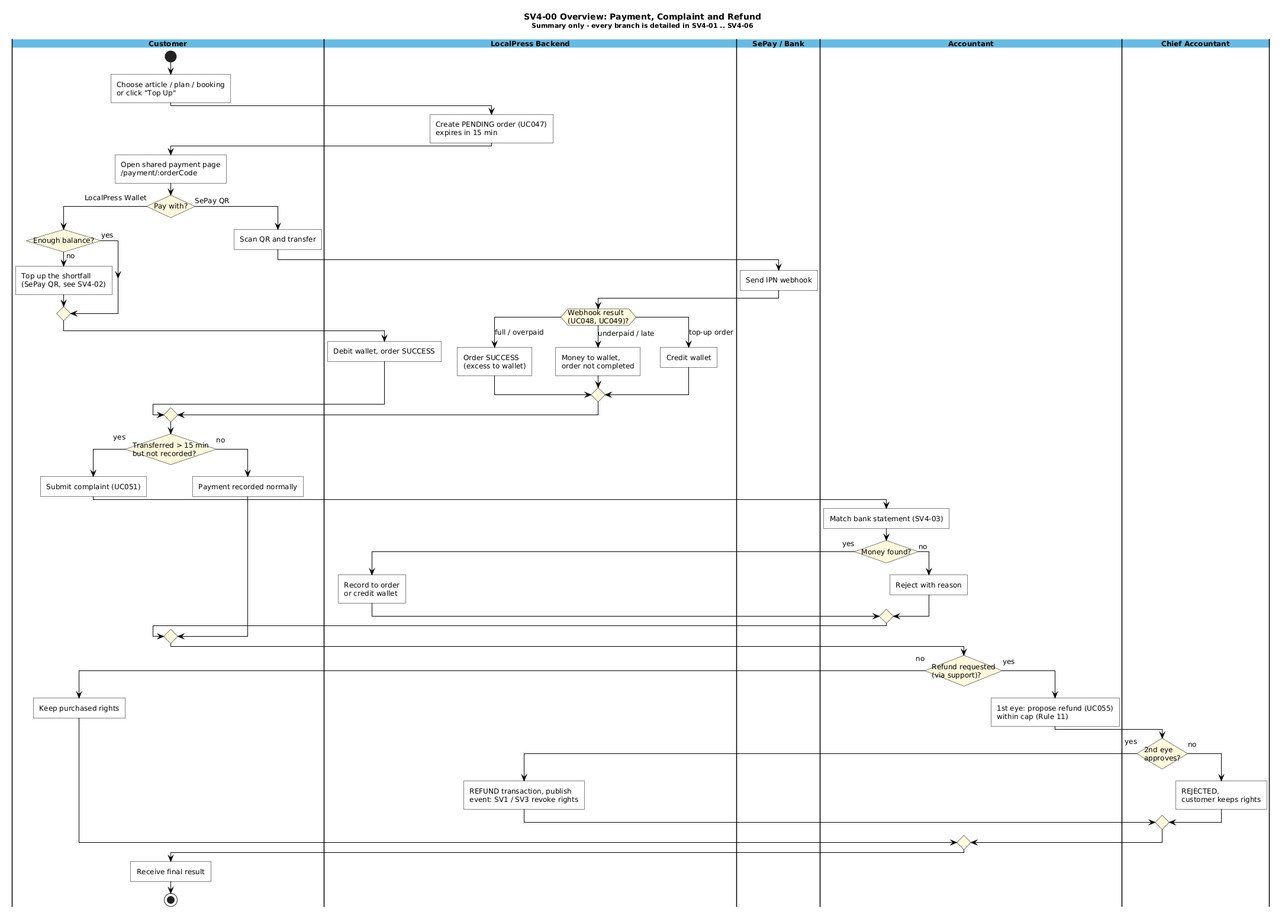
Above: docs/sv4/01_output/diagrams/swimlane_sv4_00_overview.png in huyz4nny/SWP391_LOCALPRESS-REVENUE-TRUST-PLATFORM (PlantUML), before the change.
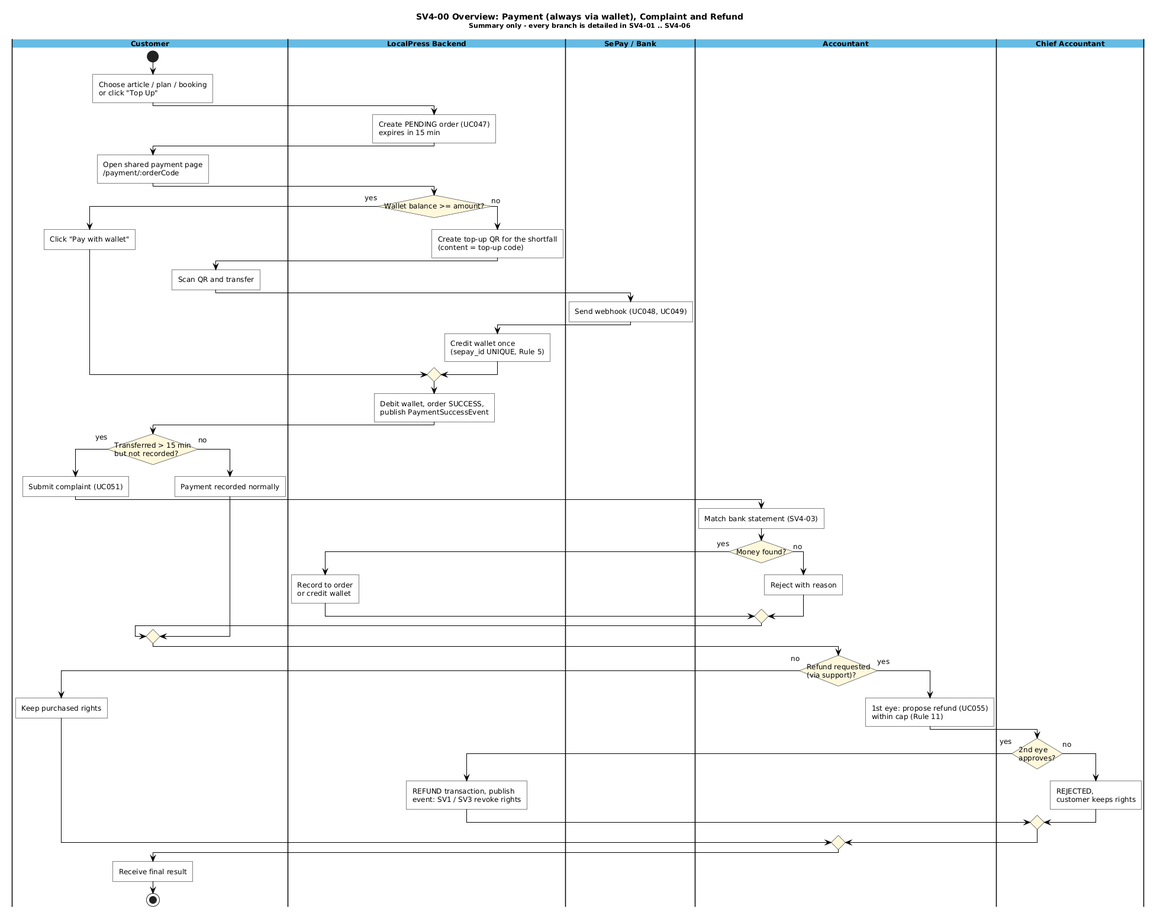
The same diagram one commit later.

Diff of the diagram source:
```diff
@@ -1,5 +1,5 @@
 @startuml
-title SV4-00 Overview: Payment, Complaint and Refund\n<size:11>Summary only - every branch is detailed in SV4-01 .. SV4-06</size>
+title SV4-00 Overview: Payment (always via wallet), Complaint and Refund\n<size:11>Summary only - every branch is detailed in SV4-01 .. SV4-06</size>
 
 scale max 4000 width
 skinparam backgroundColor white
@@ -41,31 +41,25 @@
 |Customer|
 :Open shared payment page
 /payment/:orderCode;
-if (Pay with?) then (LocalPress Wallet)
-  if (Enough balance?) then (yes)
-  else (no)
-    :Top up the shortfall
-(SePay QR, see SV4-02);
-  endif
+|LocalPress Backend|
+if (Wallet balance >= amount?) then (yes)
+  |Customer|
+  :Click "Pay with wallet";
+else (no)
   |LocalPress Backend|
-  :Debit wallet, order SUCCESS;
-else (SePay QR)
+  :Create top-up QR for the shortfall
+(content = top-up code);
   |Customer|
   :Scan QR and transfer;
   |SePay / Bank|
-  :Send IPN webhook;
+  :Send webhook (UC048, UC049);
   |LocalPress Backend|
-  switch (Webhook result\n(UC048, UC049)?)
-  case (full / overpaid)
-    :Order SUCCESS
-(excess to wallet);
-  case (underpaid / late)
-    :Money to wallet,
-order not completed;
-  case (top-up order)
-    :Credit wallet;
-  endswitch
+  :Credit wallet once
+(sepay_id UNIQUE, Rule 5);
 endif
+|LocalPress Backend|
+:Debit wallet, order SUCCESS,
+publish PaymentSuccessEvent;
 |Customer|
 if (Transferred > 15 min
 but not recorded?) then (yes)
```
